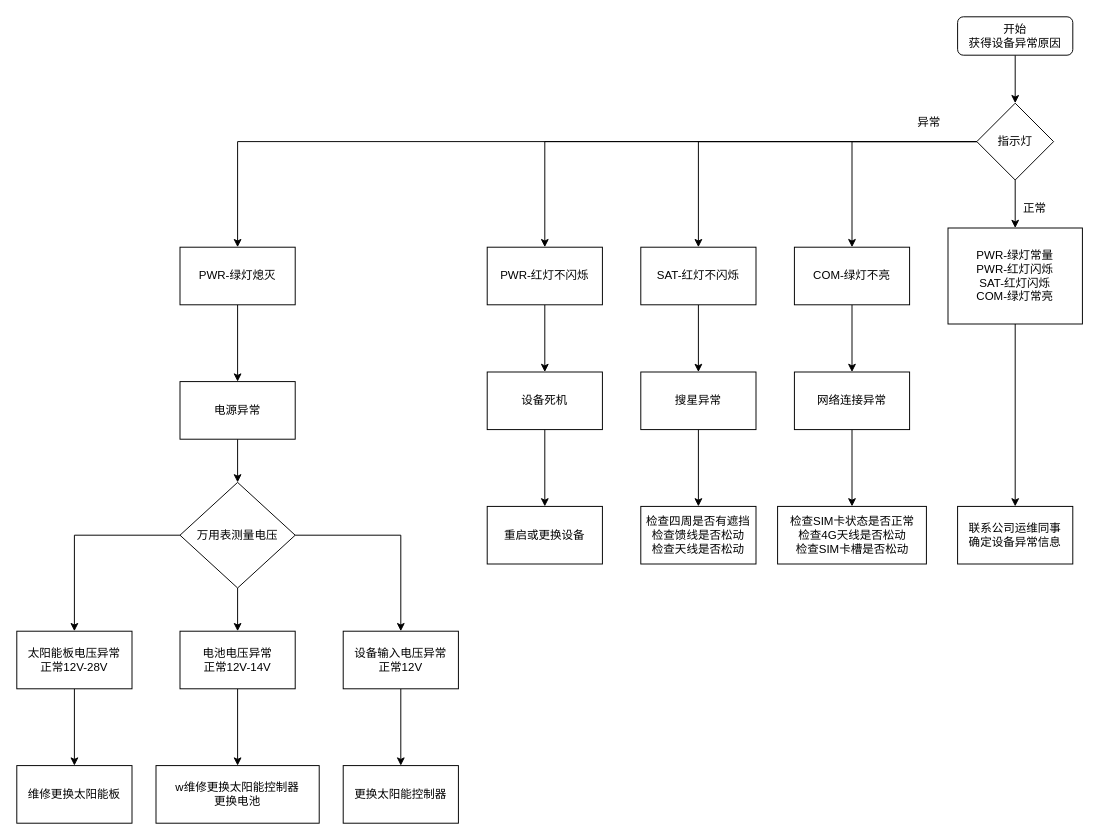
wanghongsilver/DrawIo keeps this draw.io diagram as page "现场运维" (1 of 5) of GNSS_E40s检修流程.drawio. Above is the earlier version. Source tidied: cells renumbered, new cells numbered last; positions are measured from the earlier drawing's top-left corner, leaving out a move shared by most shapes. Both pictures are drawn from the tidied source at 96%, with x=0, y=0 at pixel (16, 16).
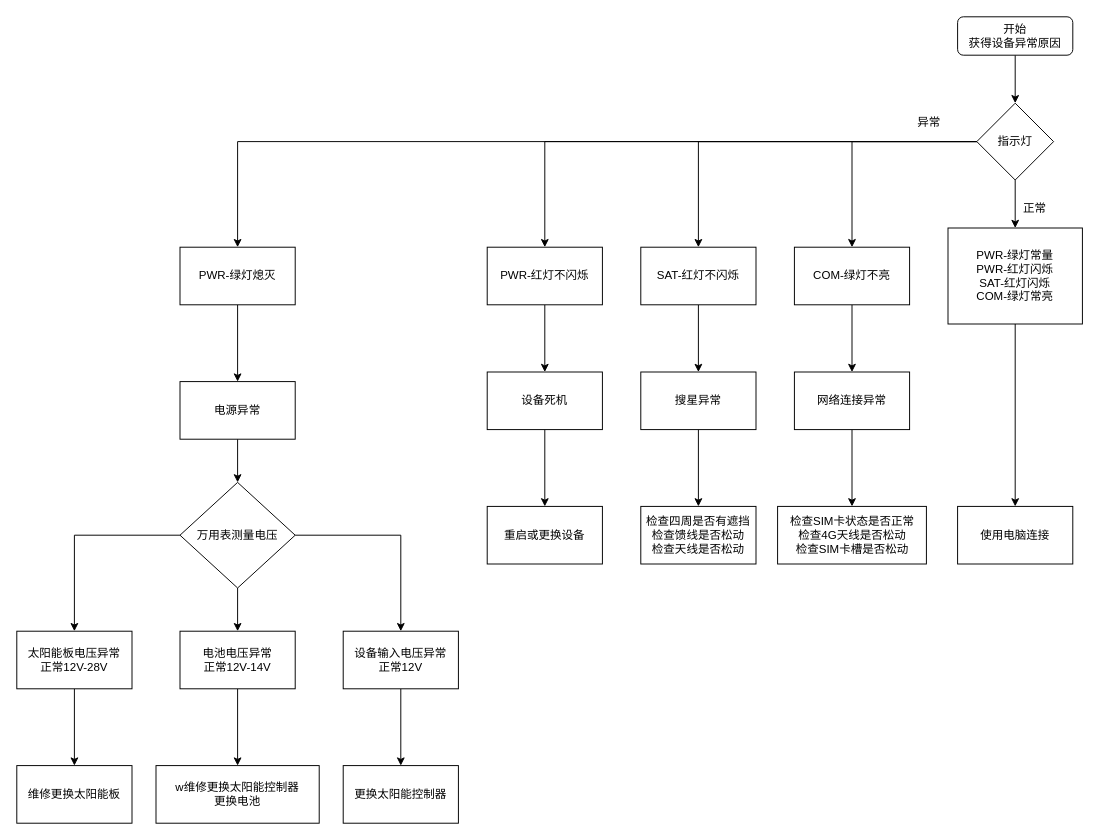
After the change.

Commit message:
更新GNSS_E40s检修流程.drawio

What changed in the source:
```diff
@@
-    <mxCell id="43" value="&lt;div&gt;联系公司运维同事&lt;/div&gt;&lt;div&gt;确定设备异常信息&lt;/div&gt;" style="whiteSpace=wrap;html=1;" parent="1" vertex="1">
+    <mxCell id="43" value="使用电脑连接" style="whiteSpace=wrap;html=1;" parent="1" vertex="1">
       <mxGeometry x="980" y="510" width="120" height="60" as="geometry" />
     </mxCell>
```
